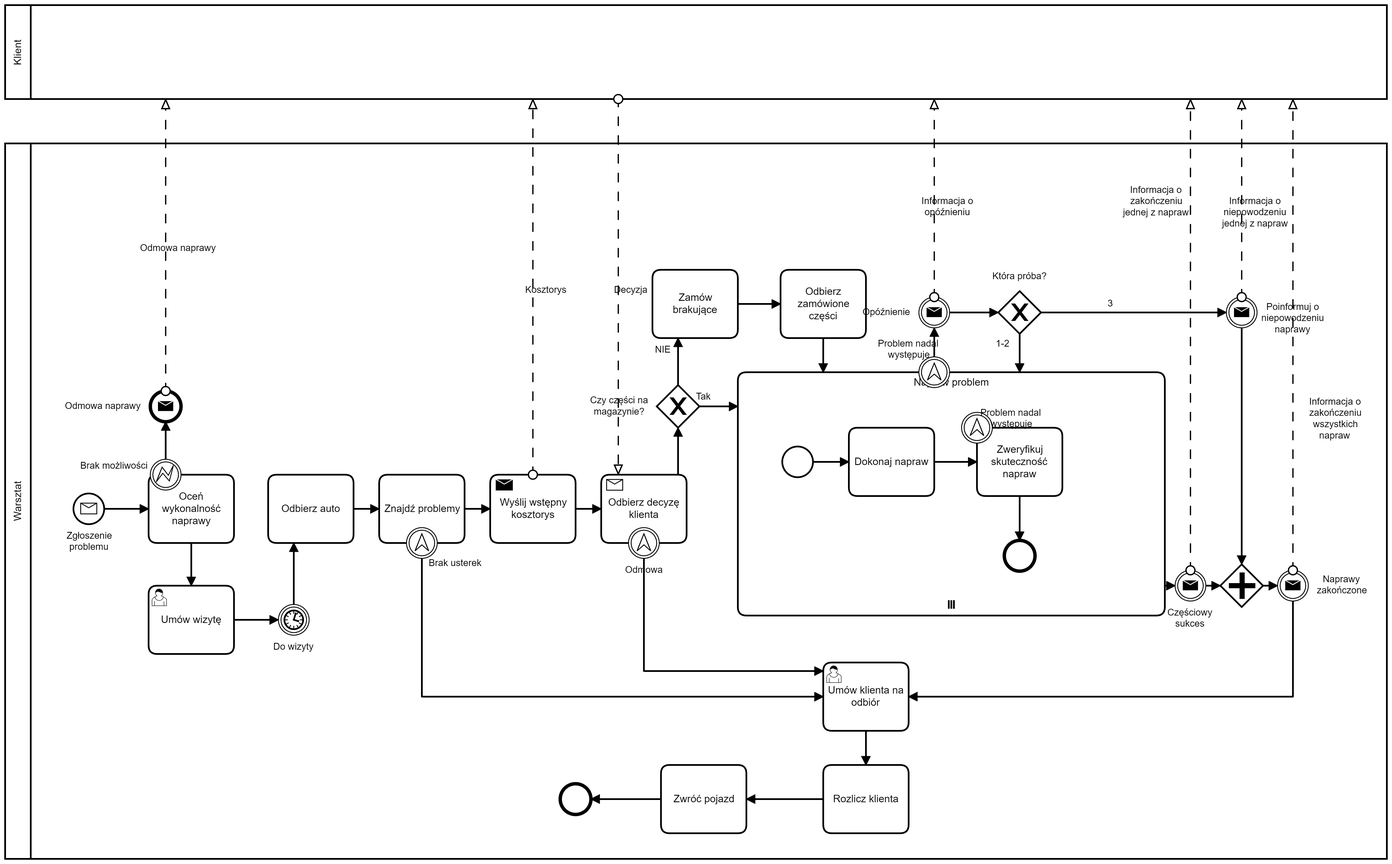
Before: diagram_1.png, a diagram exported from BPMN (sevenreek/miasi-projekt). Its source is kept beside it as diagram_1.bpmn. Ids are renumbered.
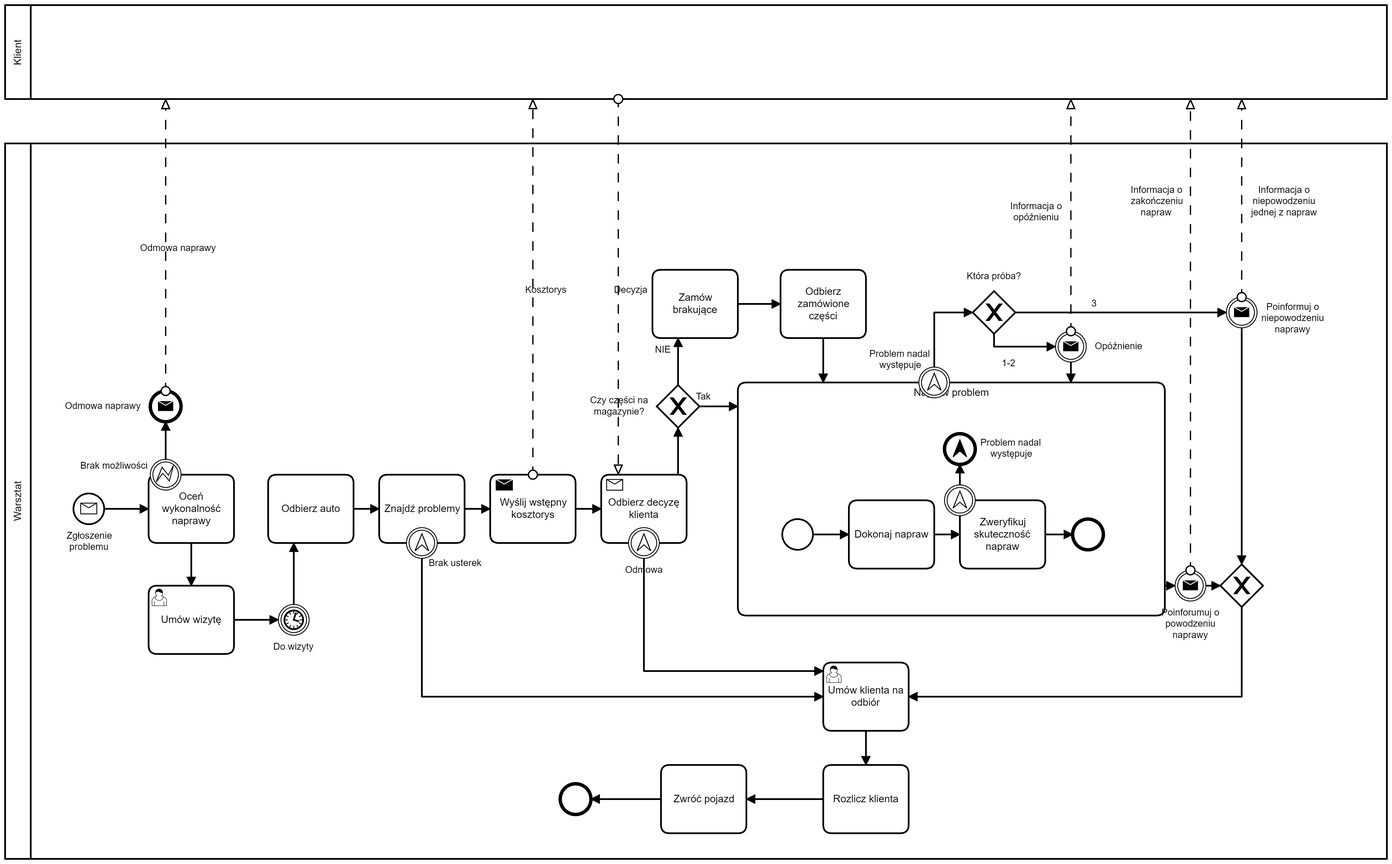
Above is the later version.

Commit message:
Poprawki z teams

Diff of the diagram source:
```diff
@@ -4,3 +4,3 @@
     <bpmn:participant id="Participant_n5" name="Klient" processRef="Process_n6" />
-    <bpmn:messageFlow id="Flow_n7" name="Informacja o zakończeniu jednej z napraw" sourceRef="Event_n8" targetRef="Participant_n5" />
+    <bpmn:messageFlow id="Flow_n7" name="Informacja o zakończeniu napraw" sourceRef="Event_n8" targetRef="Participant_n5" />
     <bpmn:messageFlow id="Flow_n9" name="Informacja o niepowodzeniu jednej z napraw" sourceRef="Event_n10" targetRef="Participant_n5" />
@@ -9,3 +9,2 @@
     <bpmn:messageFlow id="Flow_n15" name="Decyzja" sourceRef="Participant_n5" targetRef="Activity_n16" />
-    <bpmn:messageFlow id="Flow_n17" name="Informacja o zakończeniu wszystkich napraw" sourceRef="Event_n18" targetRef="Participant_n5" />
     <bpmn:messageFlow id="Flow_n19" name="Informacja o opóźnieniu" sourceRef="Event_n20" targetRef="Participant_n5" />
@@ -25,6 +24,4 @@
         <bpmn:flowNodeRef>Activity_n30</bpmn:flowNodeRef>
-        <bpmn:flowNodeRef>Gateway_n31</bpmn:flowNodeRef>
         <bpmn:flowNodeRef>Activity_n32</bpmn:flowNodeRef>
         <bpmn:flowNodeRef>Event_n10</bpmn:flowNodeRef>
-        <bpmn:flowNodeRef>Gateway_n33</bpmn:flowNodeRef>
         <bpmn:flowNodeRef>Activity_n14</bpmn:flowNodeRef>
@@ -34,5 +31,2 @@
         <bpmn:flowNodeRef>Activity_n36</bpmn:flowNodeRef>
-        <bpmn:flowNodeRef>Event_n18</bpmn:flowNodeRef>
-        <bpmn:flowNodeRef>Event_n20</bpmn:flowNodeRef>
-        <bpmn:flowNodeRef>Activity_n37</bpmn:flowNodeRef>
         <bpmn:flowNodeRef>Event_n38</bpmn:flowNodeRef>
@@ -41,9 +35,9 @@
         <bpmn:flowNodeRef>Event_n40</bpmn:flowNodeRef>
+        <bpmn:flowNodeRef>Activity_n37</bpmn:flowNodeRef>
         <bpmn:flowNodeRef>Event_n41</bpmn:flowNodeRef>
+        <bpmn:flowNodeRef>Gateway_n31</bpmn:flowNodeRef>
+        <bpmn:flowNodeRef>Event_n20</bpmn:flowNodeRef>
+        <bpmn:flowNodeRef>Gateway_n33</bpmn:flowNodeRef>
       </bpmn:lane>
     </bpmn:laneSet>
-    <bpmn:sequenceFlow id="Flow_n42" sourceRef="Event_n20" targetRef="Gateway_n31" />
-    <bpmn:sequenceFlow id="Flow_n43" sourceRef="Event_n41" targetRef="Event_n20" />
-    <bpmn:sequenceFlow id="Flow_n44" sourceRef="Event_n18" targetRef="Activity_n30" />
-    <bpmn:sequenceFlow id="Flow_n45" sourceRef="Gateway_n33" targetRef="Event_n18" />
     <bpmn:sequenceFlow id="Flow_n46" sourceRef="Activity_n16" targetRef="Gateway_n35" />
@@ -66,3 +60,3 @@
     <bpmn:sequenceFlow id="Flow_n63" sourceRef="Event_n39" targetRef="Activity_n30" />
-    <bpmn:sequenceFlow id="Flow_n64" name="1-2" sourceRef="Gateway_n31" targetRef="Activity_n37" />
+    <bpmn:sequenceFlow id="Flow_n64" name="1-2" sourceRef="Gateway_n31" targetRef="Event_n20" />
     <bpmn:sequenceFlow id="Flow_n65" name="3" sourceRef="Gateway_n31" targetRef="Event_n10" />
@@ -71,6 +65,2 @@
     <bpmn:sequenceFlow id="Flow_n68" sourceRef="Activity_n28" targetRef="Event_n29" />
-    <bpmn:boundaryEvent id="Event_n41" name="Problem nadal występuje" attachedToRef="Activity_n37">
-      <bpmn:outgoing>Flow_n43</bpmn:outgoing>
-      <bpmn:escalationEventDefinition id="EscalationEventDefinition_n69" />
-    </bpmn:boundaryEvent>
     <bpmn:boundaryEvent id="Event_n40" name="Odmowa" attachedToRef="Activity_n16">
@@ -88,7 +78,6 @@
     <bpmn:subProcess id="Activity_n37" name="Napraw problem">
-      <bpmn:incoming>Flow_n64</bpmn:incoming>
       <bpmn:incoming>Flow_n56</bpmn:incoming>
       <bpmn:incoming>Flow_n55</bpmn:incoming>
+      <bpmn:incoming>Flow_n89</bpmn:incoming>
       <bpmn:outgoing>Flow_n53</bpmn:outgoing>
-      <bpmn:multiInstanceLoopCharacteristics />
       <bpmn:startEvent id="Event_n73">
@@ -108,2 +97,3 @@
       <bpmn:boundaryEvent id="Event_n80" name="Problem nadal występuje" attachedToRef="Activity_n79">
+        <bpmn:outgoing>Flow_n90</bpmn:outgoing>
         <bpmn:escalationEventDefinition id="EscalationEventDefinition_n81" />
@@ -113,13 +103,8 @@
       <bpmn:sequenceFlow id="Flow_n78" sourceRef="Activity_n79" targetRef="Event_n77" />
+      <bpmn:sequenceFlow id="Flow_n90" sourceRef="Event_n80" targetRef="Event_n91" />
+      <bpmn:endEvent id="Event_n91">
+        <bpmn:incoming>Flow_n90</bpmn:incoming>
+        <bpmn:escalationEventDefinition id="EscalationEventDefinition_n92" />
+      </bpmn:endEvent>
     </bpmn:subProcess>
-    <bpmn:intermediateThrowEvent id="Event_n20" name="Opóźnienie">
-      <bpmn:incoming>Flow_n43</bpmn:incoming>
-      <bpmn:outgoing>Flow_n42</bpmn:outgoing>
-      <bpmn:messageEventDefinition id="MessageEventDefinition_n82" />
-    </bpmn:intermediateThrowEvent>
-    <bpmn:intermediateThrowEvent id="Event_n18" name="Naprawy zakończone">
-      <bpmn:incoming>Flow_n45</bpmn:incoming>
-      <bpmn:outgoing>Flow_n44</bpmn:outgoing>
-      <bpmn:messageEventDefinition id="MessageEventDefinition_n83" />
-    </bpmn:intermediateThrowEvent>
     <bpmn:task id="Activity_n36" name="Zamów brakujące">
@@ -145,3 +130,3 @@
     </bpmn:sendTask>
-    <bpmn:intermediateThrowEvent id="Event_n8" name="Częściowy sukces">
+    <bpmn:intermediateThrowEvent id="Event_n8" name="Poinforumuj o powodzeniu naprawy">
       <bpmn:incoming>Flow_n53</bpmn:incoming>
@@ -150,7 +135,2 @@
     </bpmn:intermediateThrowEvent>
-    <bpmn:parallelGateway id="Gateway_n33">
-      <bpmn:incoming>Flow_n54</bpmn:incoming>
-      <bpmn:incoming>Flow_n52</bpmn:incoming>
-      <bpmn:outgoing>Flow_n45</bpmn:outgoing>
-    </bpmn:parallelGateway>
     <bpmn:intermediateThrowEvent id="Event_n10" name="Poinformuj o niepowodzeniu naprawy">
@@ -164,7 +144,2 @@
     </bpmn:task>
-    <bpmn:exclusiveGateway id="Gateway_n31" name="Która próba?">
-      <bpmn:incoming>Flow_n42</bpmn:incoming>
-      <bpmn:outgoing>Flow_n64</bpmn:outgoing>
-      <bpmn:outgoing>Flow_n65</bpmn:outgoing>
-    </bpmn:exclusiveGateway>
     <bpmn:userTask id="Activity_n30" name="Umów klienta na odbiór">
@@ -172,3 +147,3 @@
       <bpmn:incoming>Flow_n47</bpmn:incoming>
-      <bpmn:incoming>Flow_n44</bpmn:incoming>
+      <bpmn:incoming>Flow_n93</bpmn:incoming>
       <bpmn:outgoing>Flow_n66</bpmn:outgoing>
@@ -211,2 +186,24 @@
     </bpmn:startEvent>
+    <bpmn:boundaryEvent id="Event_n41" name="Problem nadal występuje" attachedToRef="Activity_n37">
+      <bpmn:outgoing>Flow_n94</bpmn:outgoing>
+      <bpmn:escalationEventDefinition id="EscalationEventDefinition_n69" />
+    </bpmn:boundaryEvent>
+    <bpmn:sequenceFlow id="Flow_n93" sourceRef="Gateway_n33" targetRef="Activity_n30" />
+    <bpmn:sequenceFlow id="Flow_n89" sourceRef="Event_n20" targetRef="Activity_n37" />
+    <bpmn:sequenceFlow id="Flow_n94" sourceRef="Event_n41" targetRef="Gateway_n31" />
+    <bpmn:exclusiveGateway id="Gateway_n31" name="Która próba?">
+      <bpmn:incoming>Flow_n94</bpmn:incoming>
+      <bpmn:outgoing>Flow_n64</bpmn:outgoing>
+      <bpmn:outgoing>Flow_n65</bpmn:outgoing>
+    </bpmn:exclusiveGateway>
+    <bpmn:intermediateThrowEvent id="Event_n20" name="Opóźnienie">
+      <bpmn:incoming>Flow_n64</bpmn:incoming>
+      <bpmn:outgoing>Flow_n89</bpmn:outgoing>
+      <bpmn:messageEventDefinition id="MessageEventDefinition_n82" />
+    </bpmn:intermediateThrowEvent>
+    <bpmn:exclusiveGateway id="Gateway_n33">
+      <bpmn:incoming>Flow_n54</bpmn:incoming>
+      <bpmn:incoming>Flow_n52</bpmn:incoming>
+      <bpmn:outgoing>Flow_n93</bpmn:outgoing>
+    </bpmn:exclusiveGateway>
   </bpmn:process>
@@ -234,6 +231,6 @@
       <bpmndi:BPMNEdge id="Flow_n65_di" bpmnElement="Flow_n65">
-        <di:waypoint x="1375" y="440" />
+        <di:waypoint x="1345" y="440" />
         <di:waypoint x="1592" y="440" />
         <bpmndi:BPMNLabel>
-          <dc:Bounds x="1453" y="423" width="7" height="14" />
+          <dc:Bounds x="1434" y="423" width="7" height="14" />
         </bpmndi:BPMNLabel>
@@ -241,6 +238,7 @@
       <bpmndi:BPMNEdge id="Flow_n64_di" bpmnElement="Flow_n64">
-        <di:waypoint x="1350" y="465" />
-        <di:waypoint x="1350" y="510" />
+        <di:waypoint x="1320" y="465" />
+        <di:waypoint x="1320" y="480" />
+        <di:waypoint x="1392" y="480" />
         <bpmndi:BPMNLabel>
-          <dc:Bounds x="1322" y="470" width="16" height="14" />
+          <dc:Bounds x="1329" y="493" width="16" height="14" />
         </bpmndi:BPMNLabel>
@@ -285,3 +283,3 @@
         <di:waypoint x="1120" y="470" />
-        <di:waypoint x="1120" y="510" />
+        <di:waypoint x="1120" y="522" />
       </bpmndi:BPMNEdge>
@@ -327,18 +325,15 @@
       </bpmndi:BPMNEdge>
-      <bpmndi:BPMNEdge id="Flow_n45_di" bpmnElement="Flow_n45">
-        <di:waypoint x="1635" y="760" />
-        <di:waypoint x="1652" y="760" />
-      </bpmndi:BPMNEdge>
-      <bpmndi:BPMNEdge id="Flow_n44_di" bpmnElement="Flow_n44">
-        <di:waypoint x="1670" y="778" />
-        <di:waypoint x="1670" y="890" />
+      <bpmndi:BPMNEdge id="Flow_n93_di" bpmnElement="Flow_n93">
+        <di:waypoint x="1610" y="785" />
+        <di:waypoint x="1610" y="890" />
         <di:waypoint x="1220" y="890" />
       </bpmndi:BPMNEdge>
-      <bpmndi:BPMNEdge id="Flow_n43_di" bpmnElement="Flow_n43">
-        <di:waypoint x="1250" y="492" />
-        <di:waypoint x="1250" y="458" />
+      <bpmndi:BPMNEdge id="Flow_n89_di" bpmnElement="Flow_n89">
+        <di:waypoint x="1410" y="498" />
+        <di:waypoint x="1410" y="522" />
       </bpmndi:BPMNEdge>
-      <bpmndi:BPMNEdge id="Flow_n42_di" bpmnElement="Flow_n42">
-        <di:waypoint x="1268" y="440" />
-        <di:waypoint x="1325" y="440" />
+      <bpmndi:BPMNEdge id="Flow_n94_di" bpmnElement="Flow_n94">
+        <di:waypoint x="1250" y="504" />
+        <di:waypoint x="1250" y="440" />
+        <di:waypoint x="1295" y="440" />
       </bpmndi:BPMNEdge>
@@ -383,8 +378,2 @@
       </bpmndi:BPMNShape>
-      <bpmndi:BPMNShape id="Gateway_n31_di" bpmnElement="Gateway_n31" isMarkerVisible="true">
-        <dc:Bounds x="1325" y="415" width="50" height="50" />
-        <bpmndi:BPMNLabel>
-          <dc:Bounds x="1318" y="391" width="64" height="14" />
-        </bpmndi:BPMNLabel>
-      </bpmndi:BPMNShape>
       <bpmndi:BPMNShape id="Activity_n32_di" bpmnElement="Activity_n32">
@@ -398,8 +387,2 @@
       </bpmndi:BPMNShape>
-      <bpmndi:BPMNShape id="Gateway_0q5g7cn_di" bpmnElement="Gateway_n33">
-        <dc:Bounds x="1585" y="735" width="50" height="50" />
-        <bpmndi:BPMNLabel>
-          <dc:Bounds x="1576" y="792" width="70" height="40" />
-        </bpmndi:BPMNLabel>
-      </bpmndi:BPMNShape>
       <bpmndi:BPMNShape id="Event_14f9isb_di" bpmnElement="Event_n8">
@@ -407,3 +390,3 @@
         <bpmndi:BPMNLabel>
-          <dc:Bounds x="1523" y="785" width="54" height="27" />
+          <dc:Bounds x="1516" y="785" width="68" height="40" />
         </bpmndi:BPMNLabel>
@@ -428,6 +411,6 @@
       </bpmndi:BPMNShape>
-      <bpmndi:BPMNShape id="Event_0u1a4ru_di" bpmnElement="Event_n18">
-        <dc:Bounds x="1652" y="742" width="36" height="36" />
+      <bpmndi:BPMNShape id="Gateway_n31_di" bpmnElement="Gateway_n31" isMarkerVisible="true">
+        <dc:Bounds x="1295" y="415" width="50" height="50" />
         <bpmndi:BPMNLabel>
-          <dc:Bounds x="1698" y="746" width="58" height="27" />
+          <dc:Bounds x="1288" y="391" width="64" height="14" />
         </bpmndi:BPMNLabel>
@@ -435,38 +418,48 @@
       <bpmndi:BPMNShape id="Event_0bd62sz_di" bpmnElement="Event_n20">
-        <dc:Bounds x="1232" y="422" width="36" height="36" />
+        <dc:Bounds x="1392" y="462" width="36" height="36" />
         <bpmndi:BPMNLabel>
-          <dc:Bounds x="1166" y="433" width="56" height="14" />
+          <dc:Bounds x="1438" y="473" width="56" height="14" />
         </bpmndi:BPMNLabel>
       </bpmndi:BPMNShape>
+      <bpmndi:BPMNShape id="Gateway_0hagxbk_di" bpmnElement="Gateway_n33" isMarkerVisible="true">
+        <dc:Bounds x="1585" y="735" width="50" height="50" />
+      </bpmndi:BPMNShape>
       <bpmndi:BPMNShape id="Activity_0qdhnw3_di" bpmnElement="Activity_n37" isExpanded="true">
-        <dc:Bounds x="1020" y="510" width="500" height="285" />
+        <dc:Bounds x="1020" y="522" width="500" height="273" />
       </bpmndi:BPMNShape>
-      <bpmndi:BPMNEdge id="Flow_n74_di" bpmnElement="Flow_n74">
-        <di:waypoint x="1108" y="615" />
-        <di:waypoint x="1150" y="615" />
+      <bpmndi:BPMNEdge id="Flow_n90_di" bpmnElement="Flow_n90">
+        <di:waypoint x="1280" y="642" />
+        <di:waypoint x="1280" y="618" />
       </bpmndi:BPMNEdge>
       <bpmndi:BPMNEdge id="Flow_n76_di" bpmnElement="Flow_n76">
-        <di:waypoint x="1250" y="615" />
-        <di:waypoint x="1300" y="615" />
+        <di:waypoint x="1250" y="700" />
+        <di:waypoint x="1280" y="700" />
       </bpmndi:BPMNEdge>
       <bpmndi:BPMNEdge id="Flow_n78_di" bpmnElement="Flow_n78">
-        <di:waypoint x="1350" y="655" />
-        <di:waypoint x="1350" y="707" />
+        <di:waypoint x="1380" y="700" />
+        <di:waypoint x="1412" y="700" />
       </bpmndi:BPMNEdge>
+      <bpmndi:BPMNEdge id="Flow_n74_di" bpmnElement="Flow_n74">
+        <di:waypoint x="1108" y="700" />
+        <di:waypoint x="1150" y="700" />
+      </bpmndi:BPMNEdge>
+      <bpmndi:BPMNShape id="Event_0hwvunp_di" bpmnElement="Event_n91">
+        <dc:Bounds x="1262" y="582" width="36" height="36" />
+      </bpmndi:BPMNShape>
+      <bpmndi:BPMNShape id="Activity_n79_di" bpmnElement="Activity_n79">
+        <dc:Bounds x="1280" y="660" width="100" height="80" />
+      </bpmndi:BPMNShape>
       <bpmndi:BPMNShape id="Activity_n75_di" bpmnElement="Activity_n75">
-        <dc:Bounds x="1150" y="575" width="100" height="80" />
+        <dc:Bounds x="1150" y="660" width="100" height="80" />
       </bpmndi:BPMNShape>
       <bpmndi:BPMNShape id="Event_n73_di" bpmnElement="Event_n73">
-        <dc:Bounds x="1072" y="597" width="36" height="36" />
-      </bpmndi:BPMNShape>
-      <bpmndi:BPMNShape id="Activity_n79_di" bpmnElement="Activity_n79">
-        <dc:Bounds x="1300" y="575" width="100" height="80" />
+        <dc:Bounds x="1072" y="682" width="36" height="36" />
       </bpmndi:BPMNShape>
       <bpmndi:BPMNShape id="Event_n77_di" bpmnElement="Event_n77">
-        <dc:Bounds x="1332" y="707" width="36" height="36" />
+        <dc:Bounds x="1412" y="682" width="36" height="36" />
       </bpmndi:BPMNShape>
       <bpmndi:BPMNShape id="Event_0kcg0b6_di" bpmnElement="Event_n80">
-        <dc:Bounds x="1282" y="557" width="36" height="36" />
+        <dc:Bounds x="1262" y="642" width="36" height="36" />
         <bpmndi:BPMNLabel>
-          <dc:Bounds x="1304" y="551" width="72" height="27" />
+          <dc:Bounds x="1304" y="586" width="72" height="27" />
         </bpmndi:BPMNLabel>
@@ -492,5 +485,5 @@
       <bpmndi:BPMNShape id="Event_0lun3qo_di" bpmnElement="Event_n41">
-        <dc:Bounds x="1232" y="492" width="36" height="36" />
+        <dc:Bounds x="1232" y="504" width="36" height="36" />
         <bpmndi:BPMNLabel>
-          <dc:Bounds x="1184" y="470" width="72" height="27" />
+          <dc:Bounds x="1174" y="482" width="72" height="27" />
         </bpmndi:BPMNLabel>
@@ -511,3 +504,3 @@
         <bpmndi:BPMNLabel>
-          <dc:Bounds x="1587" y="303" width="78" height="40" />
+          <dc:Bounds x="1621" y="290" width="78" height="40" />
         </bpmndi:BPMNLabel>
@@ -518,3 +511,3 @@
         <bpmndi:BPMNLabel>
-          <dc:Bounds x="1471" y="290" width="78" height="40" />
+          <dc:Bounds x="1480" y="290" width="61" height="40" />
         </bpmndi:BPMNLabel>
@@ -535,14 +528,7 @@
       </bpmndi:BPMNEdge>
-      <bpmndi:BPMNEdge id="Flow_n17_di" bpmnElement="Flow_n17">
-        <di:waypoint x="1670" y="742" />
-        <di:waypoint x="1670" y="190" />
+      <bpmndi:BPMNEdge id="Flow_n19_di" bpmnElement="Flow_n19">
+        <di:waypoint x="1410" y="462" />
+        <di:waypoint x="1410" y="190" />
         <bpmndi:BPMNLabel>
-          <dc:Bounds x="1689" y="538" width="61" height="53" />
-        </bpmndi:BPMNLabel>
-      </bpmndi:BPMNEdge>
-      <bpmndi:BPMNEdge id="Flow_n19_di" bpmnElement="Flow_n19">
-        <di:waypoint x="1250" y="422" />
-        <di:waypoint x="1250" y="190" />
-        <bpmndi:BPMNLabel>
-          <dc:Bounds x="1235" y="303" width="61" height="27" />
+          <dc:Bounds x="1339" y="309" width="61" height="27" />
         </bpmndi:BPMNLabel>
```
